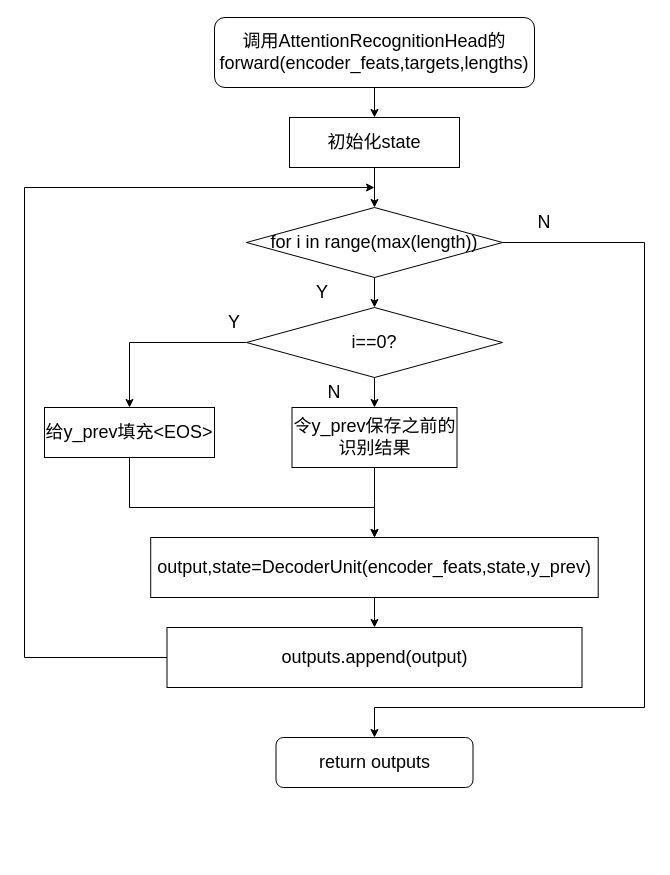
Before: thesis_att_net1.drawio in Dong-J93/_pictures, a draw.io diagram. Source tidied: cells renumbered, new cells numbered last; positions are measured from the earlier drawing's top-left corner, leaving out a move shared by most shapes. Both pictures are drawn from the tidied source at 100%, with x=0, y=0 at pixel (24, 17).
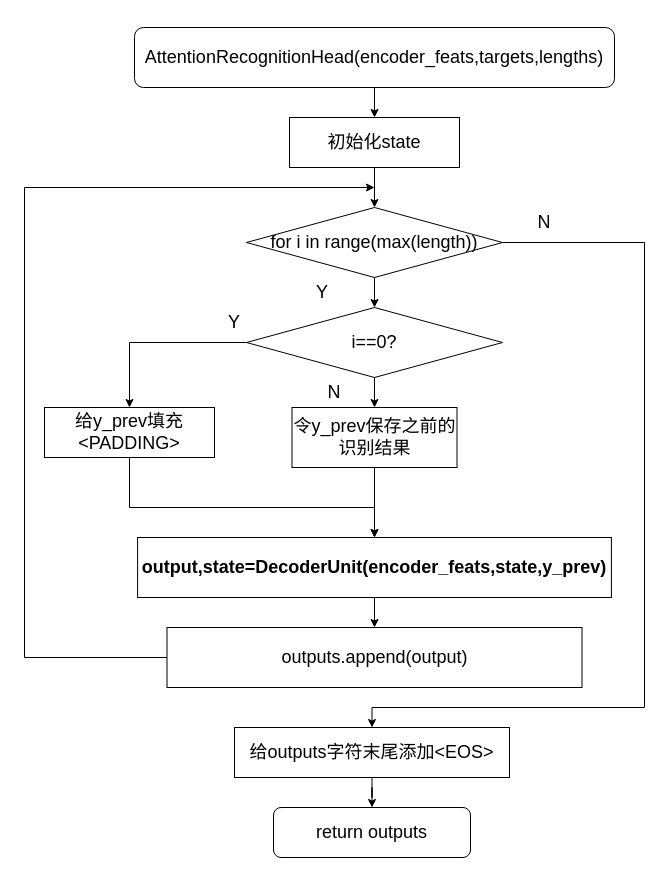
The same diagram, later.

The change refers to these unchanged cells:
```xml
<mxCell id="7" value="&lt;font style=&quot;font-size: 18px;&quot;&gt;for i in range(max(length))&lt;/font&gt;" style="rhombus;whiteSpace=wrap;html=1;" parent="1" vertex="1">
  <mxGeometry x="222" y="190" width="256" height="70" as="geometry" />
</mxCell>
```

Diff of the diagram source:
```diff
@@
-    <mxCell id="4" value="&lt;font style=&quot;font-size: 18px;&quot;&gt;调用AttentionRecognitionHead的forward(encoder_feats,targets,lengths)&lt;/font&gt;" style="rounded=1;whiteSpace=wrap;html=1;" parent="1" vertex="1">
-      <mxGeometry x="190" width="320" height="70" as="geometry" />
+    <mxCell id="4" value="&lt;font style=&quot;font-size: 18px;&quot;&gt;AttentionRecognitionHead(encoder_feats,targets,lengths)&lt;/font&gt;" style="rounded=1;whiteSpace=wrap;html=1;" parent="1" vertex="1">
+      <mxGeometry x="110" y="10" width="480" height="60" as="geometry" />
     </mxCell>
@@
-    <mxCell id="6" style="edgeStyle=orthogonalEdgeStyle;rounded=0;jettySize=auto;html=1;exitX=1;exitY=0.5;exitDx=0;exitDy=0;entryX=0.5;entryY=0;entryDx=0;entryDy=0;" parent="1" edge="1" source="7" target="23">
+    <mxCell id="6" style="edgeStyle=orthogonalEdgeStyle;rounded=0;jettySize=auto;html=1;exitX=1;exitY=0.5;exitDx=0;exitDy=0;entryX=0.5;entryY=0;entryDx=0;entryDy=0;" parent="1" edge="1" source="7" target="26">
       <mxGeometry relative="1" as="geometry">
         <Array as="points">
           <mxPoint x="620" y="225" />
           <mxPoint x="620" y="690" />
-          <mxPoint x="350" y="690" />
+          <mxPoint x="348" y="690" />
         </Array>
       </mxGeometry>
     </mxCell>
@@
-    <mxCell id="14" value="&lt;font style=&quot;font-size: 18px;&quot;&gt;给y_prev填充&amp;lt;EOS&amp;gt;&lt;/font&gt;" style="whiteSpace=wrap;html=1;" parent="1" vertex="1">
+    <mxCell id="14" value="&lt;font style=&quot;font-size: 18px;&quot;&gt;给y_prev填充&amp;lt;PADDING&amp;gt;&lt;/font&gt;" style="whiteSpace=wrap;html=1;" parent="1" vertex="1">
       <mxGeometry x="20" y="390" width="170" height="50" as="geometry" />
     </mxCell>
@@
-    <mxCell id="20" value="&lt;font style=&quot;font-size: 18px;&quot;&gt;output,state=DecoderUnit(encoder_feats,state,y_prev)&lt;/font&gt;" style="whiteSpace=wrap;html=1;" parent="1" vertex="1">
-      <mxGeometry x="126.2" y="520" width="447.5" height="60" as="geometry" />
+    <mxCell id="20" value="&lt;font style=&quot;font-size: 18px;&quot;&gt;&lt;b&gt;output,state=DecoderUnit(encoder_feats,state,y_prev)&lt;/b&gt;&lt;/font&gt;" style="whiteSpace=wrap;html=1;" parent="1" vertex="1">
+      <mxGeometry x="113.1" y="520" width="473.8" height="60" as="geometry" />
     </mxCell>
@@
     <mxCell id="23" value="&lt;font style=&quot;font-size: 18px;&quot;&gt;return outputs&lt;/font&gt;" style="rounded=1;whiteSpace=wrap;html=1;" parent="1" vertex="1">
-      <mxGeometry x="251.5" y="720" width="197" height="50" as="geometry" />
+      <mxGeometry x="249" y="790" width="197" height="50" as="geometry" />
     </mxCell>
@@
+    <mxCell id="25" style="edgeStyle=orthogonalEdgeStyle;rounded=0;jettySize=auto;html=1;" parent="1" edge="1" source="26" target="23">
+      <mxGeometry relative="1" as="geometry" />
+    </mxCell>
+    <mxCell id="26" value="&lt;font style=&quot;font-size: 18px;&quot;&gt;给outputs字符末尾添加&amp;lt;EOS&amp;gt;&lt;/font&gt;" style="whiteSpace=wrap;html=1;" parent="1" vertex="1">
+      <mxGeometry x="210" y="710" width="275" height="50" as="geometry" />
+    </mxCell>
```
